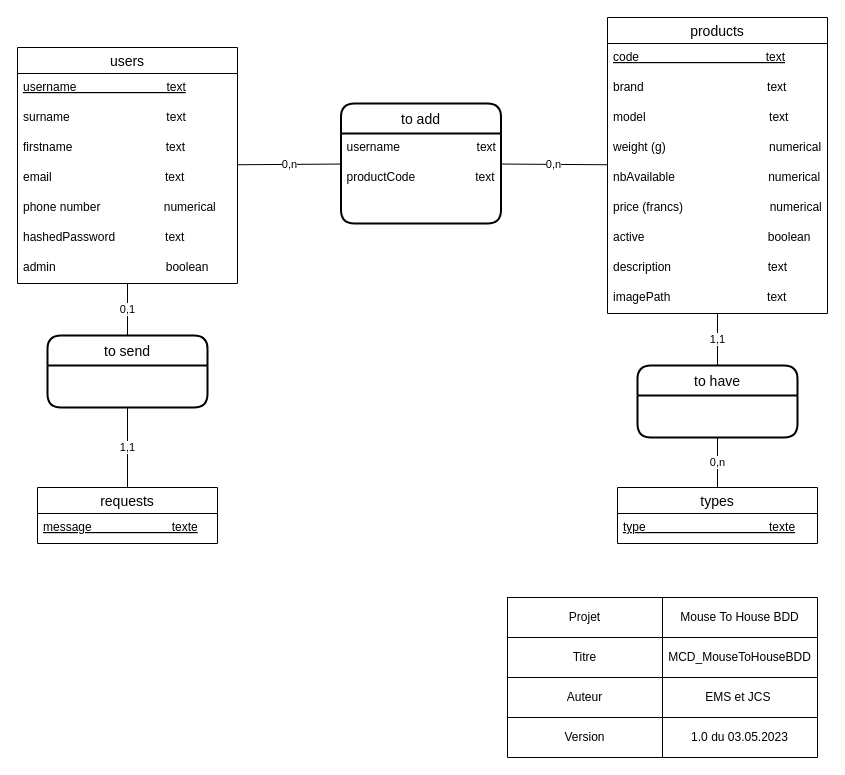
Above: Documentation/Annexe/MCD_MouseToHouseBDD.drawio in AlexMargotCPNV/Mouse-to-House-BDD (draw.io), before the change. Source tidied: cells renumbered, new cells numbered last; positions are measured from the earlier drawing's top-left corner, leaving out a move shared by most shapes. Both pictures are drawn from the tidied source at 100%, with x=0, y=0 at pixel (17, 17).
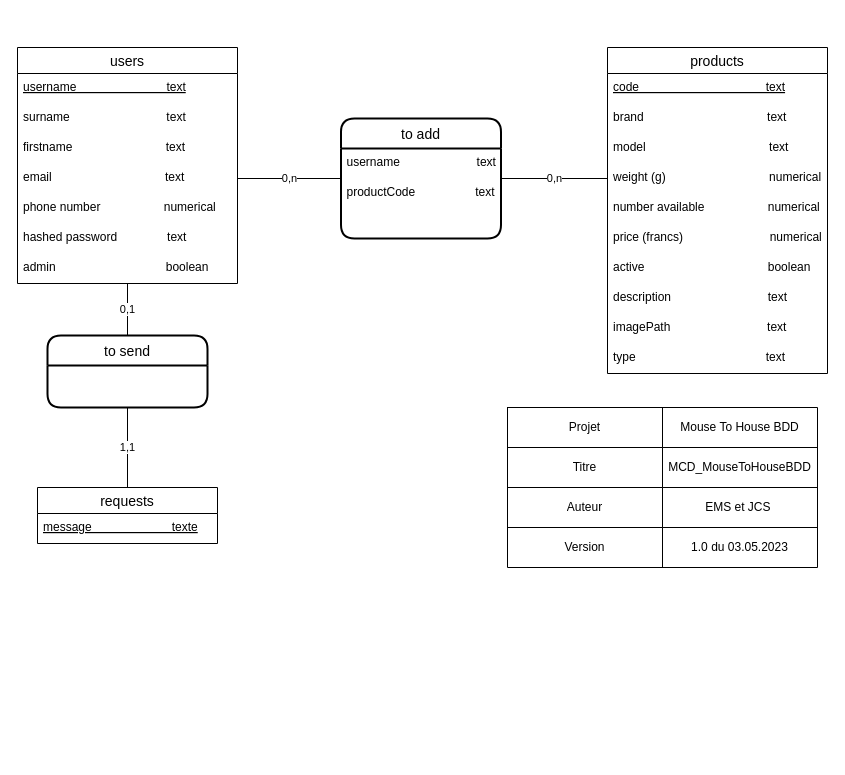
The same diagram, later.

The change refers to these unchanged cells:
```xml
<mxCell id="8" value="weight (g)                               numerical" style="text;strokeColor=none;fillColor=none;spacingLeft=4;spacingRight=4;overflow=hidden;points=[[0,0.5],[1,0.5]];portConstraint=eastwest;fontSize=12;" parent="4" vertex="1">
  <mxGeometry y="116" width="220" height="30" as="geometry" />
</mxCell>
<mxCell id="16" value="users" style="swimlane;fontStyle=0;horizontal=1;startSize=26;align=center;fontSize=14;" parent="1" vertex="1">
  <mxGeometry y="30" width="220" height="236" as="geometry" />
</mxCell>
<mxCell id="20" value="email                                  text" style="text;strokeColor=none;fillColor=none;spacingLeft=4;spacingRight=4;overflow=hidden;points=[[0,0.5],[1,0.5]];portConstraint=eastwest;fontSize=12;" parent="16" vertex="1">
  <mxGeometry y="116" width="220" height="30" as="geometry" />
</mxCell>
```

What changed in the source:
```diff
@@
-    <mxCell id="2" value="types" style="swimlane;fontStyle=0;horizontal=1;startSize=26;align=center;fontSize=14;" parent="1" vertex="1">
-      <mxGeometry x="600" y="470" width="200" height="56" as="geometry" />
-    </mxCell>
-    <mxCell id="3" value="type                                     texte" style="text;strokeColor=none;fillColor=none;spacingLeft=4;spacingRight=4;overflow=hidden;fontSize=12;fontStyle=4;" parent="2" vertex="1">
-      <mxGeometry y="26" width="200" height="30" as="geometry" />
-    </mxCell>
     <mxCell id="4" value="products" style="swimlane;fontStyle=0;horizontal=1;startSize=26;align=center;fontSize=14;" parent="1" vertex="1">
-      <mxGeometry x="590" width="220" height="296" as="geometry" />
+      <mxGeometry x="590" y="30" width="220" height="326" as="geometry" />
     </mxCell>
@@
-    <mxCell id="9" value="nbAvailable                            numerical" style="text;strokeColor=none;fillColor=none;spacingLeft=4;spacingRight=4;overflow=hidden;fontSize=12;" parent="4" vertex="1">
+    <mxCell id="9" value="number available                   numerical" style="text;strokeColor=none;fillColor=none;spacingLeft=4;spacingRight=4;overflow=hidden;fontSize=12;" parent="4" vertex="1">
       <mxGeometry y="146" width="220" height="30" as="geometry" />
     </mxCell>
@@
+    <mxCell id="48" value="type                                       text" style="text;strokeColor=none;fillColor=none;spacingLeft=4;spacingRight=4;overflow=hidden;fontSize=12;" parent="4" vertex="1">
+      <mxGeometry y="296" width="220" height="30" as="geometry" />
+    </mxCell>
@@
-    <mxCell id="22" value="hashedPassword               text" style="text;strokeColor=none;fillColor=none;spacingLeft=4;spacingRight=4;overflow=hidden;fontSize=12;" parent="16" vertex="1">
+    <mxCell id="22" value="hashed password               text" style="text;strokeColor=none;fillColor=none;spacingLeft=4;spacingRight=4;overflow=hidden;fontSize=12;" parent="16" vertex="1">
       <mxGeometry y="176" width="220" height="30" as="geometry" />
     </mxCell>
@@
-    <mxCell id="27" value="to have" style="swimlane;horizontal=1;startSize=30;rounded=1;fontSize=14;fontStyle=0;strokeWidth=2;shadow=0;dashed=0;align=center;" parent="1" vertex="1">
-      <mxGeometry x="620" y="348" width="160" height="72" as="geometry" />
-    </mxCell>
-    <mxCell id="28" value="1,1" style="endArrow=none;html=1;rounded=0;" parent="1" edge="1" source="4" target="27">
-      <mxGeometry relative="1" as="geometry" />
-    </mxCell>
-    <mxCell id="29" value="0,n" style="endArrow=none;html=1;rounded=0;" parent="1" edge="1" source="27" target="2">
-      <mxGeometry relative="1" as="geometry" />
-    </mxCell>
     <mxCell id="30" value="to add" style="swimlane;horizontal=1;startSize=30;rounded=1;fontSize=14;fontStyle=0;strokeWidth=2;shadow=0;dashed=0;align=center;" parent="1" vertex="1">
-      <mxGeometry x="323.5" y="86" width="160" height="120" as="geometry" />
+      <mxGeometry x="323.5" y="101" width="160" height="120" as="geometry" />
     </mxCell>
@@
-    <mxCell id="33" value="0,n" style="endArrow=none;html=1;rounded=0;" parent="1" edge="1" source="16" target="30">
+    <mxCell id="33" value="0,n" style="endArrow=none;html=1;rounded=0;exitX=1;exitY=0.5;exitDx=0;exitDy=0;" parent="1" edge="1" source="20" target="30">
       <mxGeometry relative="1" as="geometry" />
     </mxCell>
-    <mxCell id="34" value="0,n" style="endArrow=none;html=1;rounded=0;" parent="1" edge="1" source="30" target="4">
+    <mxCell id="34" value="0,n" style="endArrow=none;html=1;rounded=0;entryX=0;entryY=0.5;entryDx=0;entryDy=0;" parent="1" edge="1" source="30" target="8">
       <mxGeometry relative="1" as="geometry" />
     </mxCell>
     <mxCell id="35" style="shape=table;startSize=0;childLayout=tableLayout;" parent="1" vertex="1">
-      <mxGeometry x="490" y="580" width="310" height="160" as="geometry" />
+      <mxGeometry x="490" y="390" width="310" height="160" as="geometry" />
     </mxCell>
```
